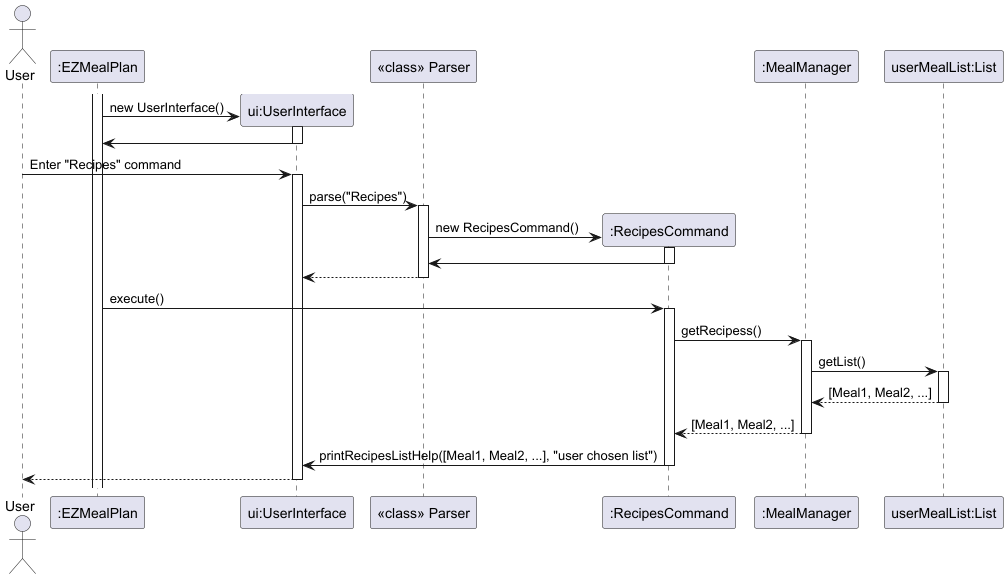
The PlantUML diagram docs/diagrams/RecipesCommand.png in wentuoc/tp, before a commit.
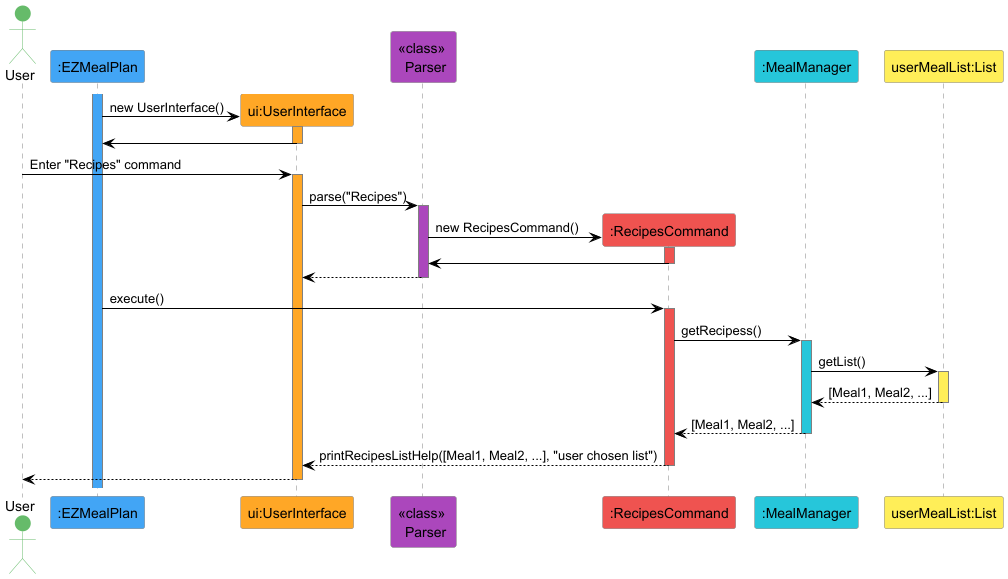
The same file after the commit.

Change to the diagram source:
```diff
@@ -1,28 +1,37 @@
 @startuml
+skinparam actorBackgroundColor #66BB6A
+skinparam actorBorderColor #66BB6A
+
+skinparam participantBackgroundColor white
+skinparam participantBorderColor gray
+
 actor User
-participant ":EZMealPlan" as EZ
-participant "ui:UserInterface" as UI
-participant "<<class>> Parser" as Parser
-participant ":RecipesCommand" as MC
-participant ":MealManager" as MM
-participant "userMealList:List" as ML
+participant ":EZMealPlan" as EZ #42A5F5
+participant "ui:UserInterface" as UI #FFA726
+participant "<<class>> \n Parser" as Parser #AB47BC
+participant ":RecipesCommand" as MC #EF5350
+participant ":MealManager" as MM #26C6DA
+participant "userMealList:List" as ML #FFEE58
 
-activate EZ
+skinparam sequenceLifeLineBorderColor gray
+skinparam sequenceArrowColor black
+
+activate EZ #42A5F5
 create UI
 EZ -> UI: new UserInterface()
-activate UI
+activate UI #FFA726
 UI -> EZ
 deactivate UI
 
 User -> UI: Enter "Recipes" command
-activate UI
+activate UI #FFA726
 
 UI -> Parser: parse("Recipes")
-activate Parser
+activate Parser #AB47BC
 
 create MC
 Parser -> MC: new RecipesCommand()
-activate MC
+activate MC #EF5350
 
 MC -> Parser
 deactivate MC
@@ -31,13 +40,13 @@
 deactivate Parser
 
 EZ -> MC: execute()
-activate MC
+activate MC #EF5350
 
 MC -> MM: getRecipess()
-activate MM
+activate MM #26C6DA
 
 MM -> ML: getList()
-activate ML
+activate ML #FFEE58
 
 ML --> MM: [Meal1, Meal2, ...]
 deactivate ML
@@ -45,7 +54,7 @@
 MM --> MC: [Meal1, Meal2, ...]
 deactivate MM
 
-MC -> UI: printRecipesListHelp([Meal1, Meal2, ...], "user chosen list")
+MC --> UI: printRecipesListHelp([Meal1, Meal2, ...], "user chosen list")
 deactivate MC
 
 UI --> User:
```
